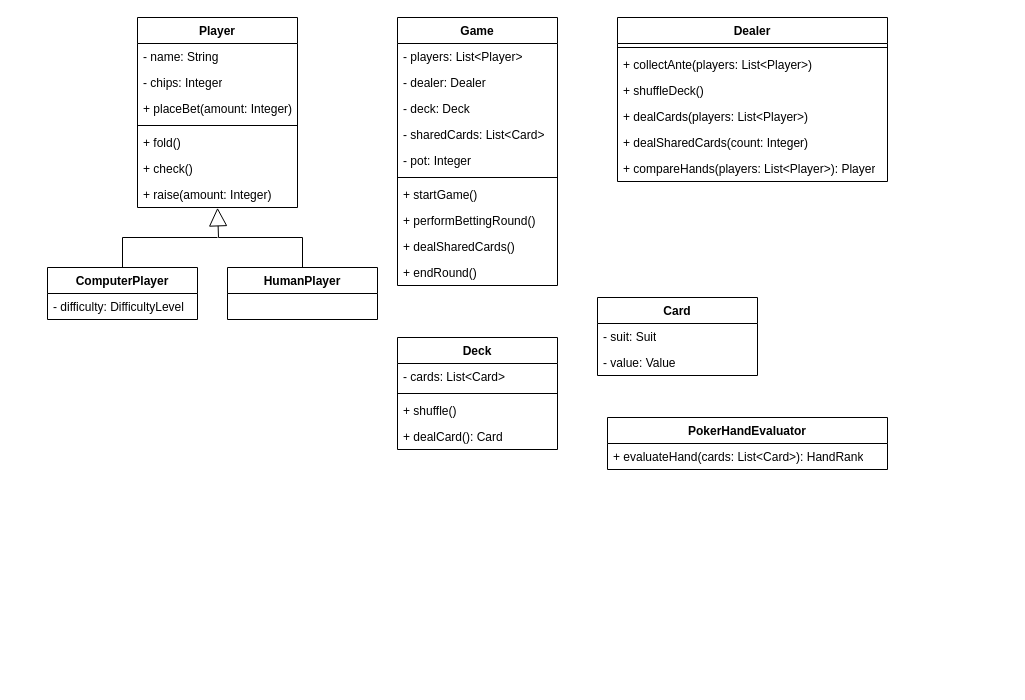
LarryChenCode/IS7020_diagrams keeps this draw.io diagram as Texas.drawio. Above is the earlier version. Source tidied: cells renumbered, new cells numbered last; positions are measured from the earlier drawing's top-left corner, leaving out a move shared by most shapes. Both pictures are drawn from the tidied source at 100%, with x=0, y=0 at pixel (47, 17).
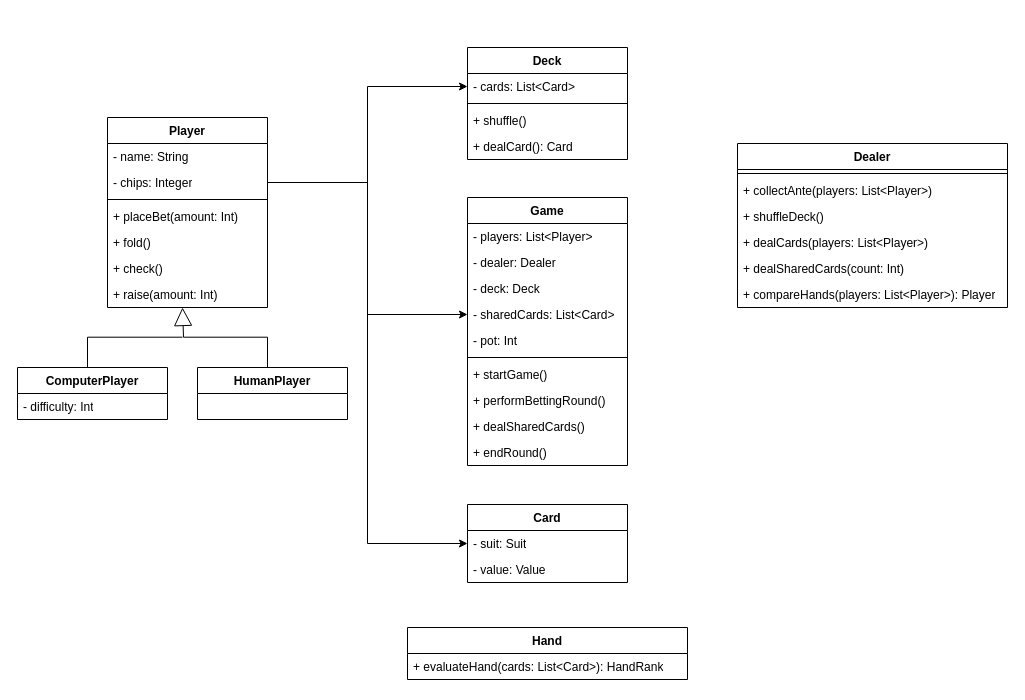
Above is the later version.

The change refers to these unchanged cells:
```xml
<mxCell id="4" value="- chips: Integer" style="text;strokeColor=none;fillColor=none;align=left;verticalAlign=top;spacingLeft=4;spacingRight=4;overflow=hidden;points=[[0,0.5],[1,0.5]];portConstraint=eastwest;whiteSpace=wrap;html=1;" parent="2" vertex="1">
  <mxGeometry y="52" width="160" height="26" as="geometry" />
</mxCell>
<mxCell id="11" value="- cards: List&amp;lt;Card&amp;gt;" style="text;strokeColor=none;fillColor=none;align=left;verticalAlign=top;spacingLeft=4;spacingRight=4;overflow=hidden;points=[[0,0.5],[1,0.5]];portConstraint=eastwest;whiteSpace=wrap;html=1;" parent="10" vertex="1">
  <mxGeometry y="26" width="160" height="26" as="geometry" />
</mxCell>
<mxCell id="16" value="- suit: Suit" style="text;strokeColor=none;fillColor=none;align=left;verticalAlign=top;spacingLeft=4;spacingRight=4;overflow=hidden;points=[[0,0.5],[1,0.5]];portConstraint=eastwest;whiteSpace=wrap;html=1;" parent="15" vertex="1">
  <mxGeometry y="26" width="160" height="26" as="geometry" />
</mxCell>
<mxCell id="22" value="- sharedCards: List&amp;lt;Card&amp;gt;" style="text;strokeColor=none;fillColor=none;align=left;verticalAlign=top;spacingLeft=4;spacingRight=4;overflow=hidden;points=[[0,0.5],[1,0.5]];portConstraint=eastwest;whiteSpace=wrap;html=1;" parent="18" vertex="1">
  <mxGeometry y="104" width="160" height="26" as="geometry" />
</mxCell>
```

Change to the diagram source:
```diff
@@
     <mxCell id="2" value="Player" style="swimlane;fontStyle=1;align=center;verticalAlign=top;horizontal=1;startSize=26;whiteSpace=wrap;html=1;" parent="1" vertex="1">
-      <mxGeometry x="90" width="160" height="190" as="geometry" />
+      <mxGeometry x="60" y="100" width="160" height="190" as="geometry" />
     </mxCell>
@@
+    <mxCell id="6" style="line;strokeWidth=1;fillColor=none;align=left;verticalAlign=middle;spacingTop=-1;spacingLeft=3;spacingRight=3;labelPosition=right;strokeColor=inherit;" parent="2" vertex="1">
+      <mxGeometry y="78" width="160" height="8" as="geometry" />
+    </mxCell>
-    <mxCell id="5" value="+ placeBet(amount: Integer)" style="text;strokeColor=none;fillColor=none;align=left;verticalAlign=top;spacingLeft=4;spacingRight=4;overflow=hidden;whiteSpace=wrap;html=1;" parent="2" vertex="1">
-      <mxGeometry y="78" width="160" height="26" as="geometry" />
+    <mxCell id="5" value="+ placeBet(amount: Int)" style="text;strokeColor=none;fillColor=none;align=left;verticalAlign=top;spacingLeft=4;spacingRight=4;overflow=hidden;whiteSpace=wrap;html=1;" parent="2" vertex="1">
+      <mxGeometry y="86" width="160" height="26" as="geometry" />
     </mxCell>
-    <mxCell id="6" style="line;strokeWidth=1;fillColor=none;align=left;verticalAlign=middle;spacingTop=-1;spacingLeft=3;spacingRight=3;labelPosition=right;strokeColor=inherit;" parent="2" vertex="1">
-      <mxGeometry y="104" width="160" height="8" as="geometry" />
-    </mxCell>
@@
-    <mxCell id="9" value="+ raise(amount: Integer)" style="text;strokeColor=none;fillColor=none;align=left;verticalAlign=top;spacingLeft=4;spacingRight=4;overflow=hidden;whiteSpace=wrap;html=1;" parent="2" vertex="1">
+    <mxCell id="9" value="+ raise(amount: Int)" style="text;strokeColor=none;fillColor=none;align=left;verticalAlign=top;spacingLeft=4;spacingRight=4;overflow=hidden;whiteSpace=wrap;html=1;" parent="2" vertex="1">
       <mxGeometry y="164" width="160" height="26" as="geometry" />
     </mxCell>
     <mxCell id="10" value="Deck" style="swimlane;fontStyle=1;align=center;verticalAlign=top;horizontal=1;startSize=26;whiteSpace=wrap;html=1;" parent="1" vertex="1">
-      <mxGeometry x="350" y="320" width="160" height="112" as="geometry" />
+      <mxGeometry x="420" y="30" width="160" height="112" as="geometry" />
     </mxCell>
@@
     <mxCell id="15" value="Card" style="swimlane;fontStyle=1;align=center;verticalAlign=top;horizontal=1;startSize=26;whiteSpace=wrap;html=1;" parent="1" vertex="1">
-      <mxGeometry x="550" y="280" width="160" height="78" as="geometry" />
+      <mxGeometry x="420" y="487" width="160" height="78" as="geometry" />
     </mxCell>
@@
     <mxCell id="18" value="Game" style="swimlane;fontStyle=1;align=center;verticalAlign=top;horizontal=1;startSize=26;whiteSpace=wrap;html=1;" parent="1" vertex="1">
-      <mxGeometry x="350" width="160" height="268" as="geometry" />
+      <mxGeometry x="420" y="180" width="160" height="268" as="geometry" />
     </mxCell>
@@
-    <mxCell id="23" value="- pot: Integer" style="text;strokeColor=none;fillColor=none;align=left;verticalAlign=top;spacingLeft=4;spacingRight=4;overflow=hidden;whiteSpace=wrap;html=1;" parent="18" vertex="1">
+    <mxCell id="23" value="- pot: Int" style="text;strokeColor=none;fillColor=none;align=left;verticalAlign=top;spacingLeft=4;spacingRight=4;overflow=hidden;whiteSpace=wrap;html=1;" parent="18" vertex="1">
       <mxGeometry y="130" width="160" height="26" as="geometry" />
     </mxCell>
@@
-    <mxCell id="29" value="PokerHandEvaluator" style="swimlane;fontStyle=1;align=center;verticalAlign=top;horizontal=1;startSize=26;whiteSpace=wrap;html=1;" parent="1" vertex="1">
-      <mxGeometry x="560" y="400" width="280" height="52" as="geometry" />
+    <mxCell id="29" value="Hand" style="swimlane;fontStyle=1;align=center;verticalAlign=top;horizontal=1;startSize=26;whiteSpace=wrap;html=1;" parent="1" vertex="1">
+      <mxGeometry x="360" y="610" width="280" height="52" as="geometry" />
     </mxCell>
@@
     <mxCell id="31" value="ComputerPlayer" style="swimlane;fontStyle=1;align=center;verticalAlign=top;horizontal=1;startSize=26;whiteSpace=wrap;html=1;" parent="1" vertex="1">
-      <mxGeometry y="250" width="150" height="52" as="geometry" />
+      <mxGeometry x="-30" y="350" width="150" height="52" as="geometry" />
     </mxCell>
-    <mxCell id="32" value="- difficulty: DifficultyLevel" style="text;strokeColor=none;fillColor=none;align=left;verticalAlign=top;spacingLeft=4;spacingRight=4;overflow=hidden;whiteSpace=wrap;html=1;" parent="31" vertex="1">
+    <mxCell id="32" value="- difficulty: Int" style="text;strokeColor=none;fillColor=none;align=left;verticalAlign=top;spacingLeft=4;spacingRight=4;overflow=hidden;whiteSpace=wrap;html=1;" parent="31" vertex="1">
       <mxGeometry y="26" width="150" height="26" as="geometry" />
     </mxCell>
     <mxCell id="33" value="HumanPlayer" style="swimlane;fontStyle=1;align=center;verticalAlign=top;horizontal=1;startSize=26;whiteSpace=wrap;html=1;" parent="1" vertex="1">
-      <mxGeometry x="180" y="250" width="150" height="52" as="geometry" />
+      <mxGeometry x="150" y="350" width="150" height="52" as="geometry" />
     </mxCell>
     <mxCell id="34" value="Dealer" style="swimlane;fontStyle=1;align=center;verticalAlign=top;horizontal=1;startSize=26;whiteSpace=wrap;html=1;" parent="1" vertex="1">
-      <mxGeometry x="570" width="270" height="164" as="geometry" />
+      <mxGeometry x="690" y="126" width="270" height="164" as="geometry" />
     </mxCell>
@@
-    <mxCell id="39" value="+ dealSharedCards(count: Integer)" style="text;strokeColor=none;fillColor=none;align=left;verticalAlign=top;spacingLeft=4;spacingRight=4;overflow=hidden;whiteSpace=wrap;html=1;" parent="34" vertex="1">
+    <mxCell id="39" value="+ dealSharedCards(count: Int)" style="text;strokeColor=none;fillColor=none;align=left;verticalAlign=top;spacingLeft=4;spacingRight=4;overflow=hidden;whiteSpace=wrap;html=1;" parent="34" vertex="1">
       <mxGeometry y="112" width="270" height="26" as="geometry" />
     </mxCell>
@@
-    <mxCell id="41" style="endArrow=block;endSize=16;endFill=0;html=1;rounded=0;entryX=0.5;entryY=1.128;entryDx=0;entryDy=0;entryPerimeter=0;exitX=0.5;exitY=0;exitDx=0;exitDy=0;edgeStyle=orthogonalEdgeStyle;" parent="1" edge="1" source="33">
+    <mxCell id="41" style="endArrow=block;endSize=16;endFill=0;html=1;rounded=0;entryX=0.5;entryY=1.128;entryDx=0;entryDy=0;entryPerimeter=0;exitX=0.5;exitY=0;exitDx=0;exitDy=0;edgeStyle=orthogonalEdgeStyle;" parent="1" edge="1">
       <mxGeometry relative="1" as="geometry">
-        <mxPoint x="170" y="190.3" as="targetPoint" />
+        <mxPoint x="220" y="349.7" as="sourcePoint" />
+        <mxPoint x="135" y="290" as="targetPoint" />
         <Array as="points">
-          <mxPoint x="255" y="220" />
-          <mxPoint x="171" y="220" />
+          <mxPoint x="220" y="319.7" />
+          <mxPoint x="136" y="319.7" />
         </Array>
       </mxGeometry>
     </mxCell>
-    <mxCell id="42" style="endArrow=none;html=1;edgeStyle=orthogonalEdgeStyle;rounded=0;exitX=0.5;exitY=0;exitDx=0;exitDy=0;" parent="1" edge="1" source="31">
+    <mxCell id="42" style="endArrow=none;html=1;edgeStyle=orthogonalEdgeStyle;rounded=0;exitX=0.5;exitY=0;exitDx=0;exitDy=0;" parent="1" edge="1">
       <mxGeometry relative="1" as="geometry">
-        <mxPoint x="170" y="220" as="targetPoint" />
+        <mxPoint x="40" y="349.7" as="sourcePoint" />
+        <mxPoint x="135" y="319.7" as="targetPoint" />
         <Array as="points">
-          <mxPoint x="75" y="220" />
+          <mxPoint x="40" y="319.7" />
         </Array>
       </mxGeometry>
     </mxCell>
+    <mxCell id="43" style="edgeStyle=orthogonalEdgeStyle;rounded=0;jettySize=auto;html=1;exitX=1;exitY=0.5;exitDx=0;exitDy=0;entryX=0;entryY=0.5;entryDx=0;entryDy=0;" parent="1" edge="1" source="4" target="16">
+      <mxGeometry relative="1" as="geometry" />
+    </mxCell>
+    <mxCell id="44" style="edgeStyle=orthogonalEdgeStyle;rounded=0;jettySize=auto;html=1;exitX=1;exitY=0.5;exitDx=0;exitDy=0;entryX=0;entryY=0.5;entryDx=0;entryDy=0;" parent="1" edge="1" source="4" target="22">
+      <mxGeometry relative="1" as="geometry" />
+    </mxCell>
+    <mxCell id="45" style="edgeStyle=orthogonalEdgeStyle;rounded=0;jettySize=auto;html=1;exitX=1;exitY=0.5;exitDx=0;exitDy=0;" parent="1" edge="1" source="4" target="11">
+      <mxGeometry relative="1" as="geometry" />
+    </mxCell>
```
